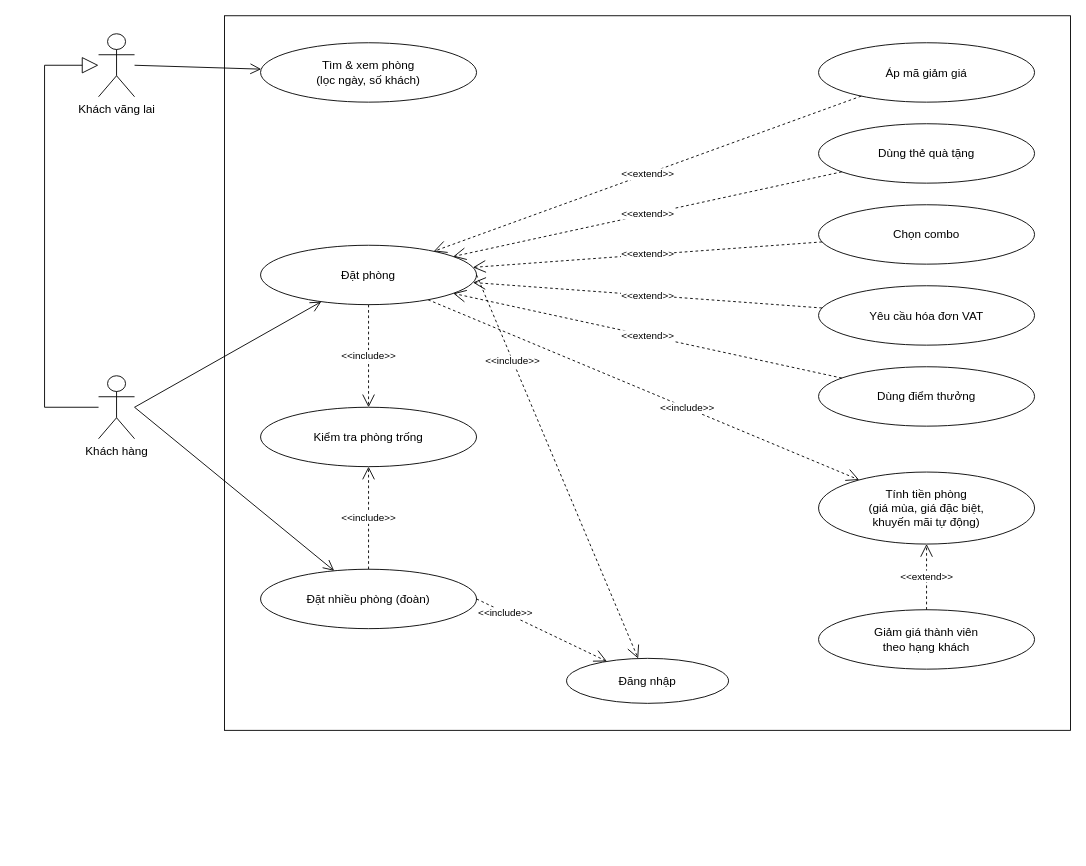
Above: docs/use-case/phan-ra/uc1-dat-phong.drawio in ngynquchn2511/beach-hotel (draw.io), before the change. Source tidied: cells renumbered, new cells numbered last; positions are measured from the earlier drawing's top-left corner, leaving out a move shared by most shapes. Both pictures are drawn from the tidied source at 90%, with x=0, y=0 at pixel (44, 15).
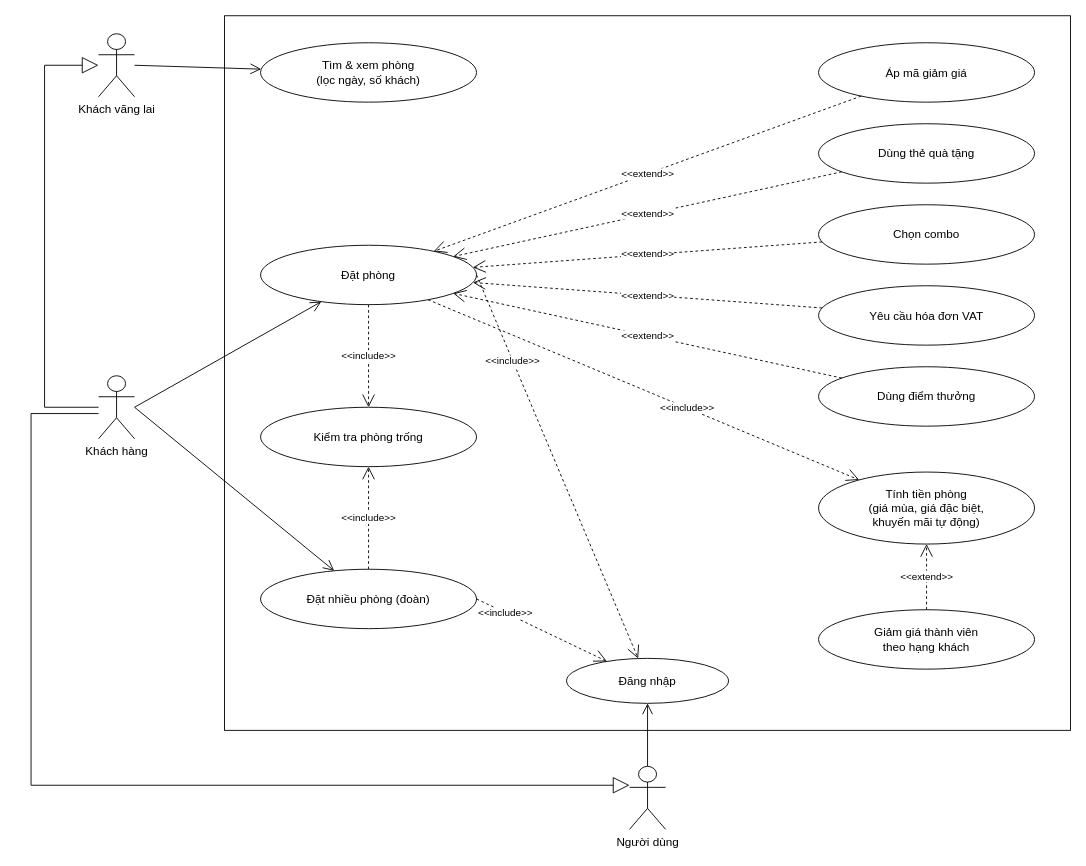
After the change.

The change refers to these unchanged cells:
```xml
<mxCell id="14" value="Đăng nhập" style="ellipse;whiteSpace=wrap;html=1;fillColor=#FFFFFF;strokeColor=#000000;fontSize=13;" parent="1" vertex="1">
  <mxGeometry x="580" y="714" width="180" height="50" as="geometry" />
</mxCell>
<mxCell id="16" value="Khách hàng" style="shape=umlActor;verticalLabelPosition=bottom;verticalAlign=top;html=1;outlineConnect=0;fillColor=#FFFFFF;strokeColor=#000000;fontSize=13;" parent="1" vertex="1">
  <mxGeometry x="60" y="400" width="40" height="70" as="geometry" />
</mxCell>
```

Diff of the diagram source:
```diff
@@
+    <mxCell id="32" value="Người dùng" style="shape=umlActor;verticalLabelPosition=bottom;verticalAlign=top;html=1;outlineConnect=0;fillColor=#FFFFFF;strokeColor=#000000;fontSize=13;" parent="1" vertex="1">
+      <mxGeometry x="650" y="834" width="40" height="70" as="geometry" />
+    </mxCell>
+    <mxCell id="33" style="endArrow=open;endSize=10;html=1;rounded=0;strokeColor=#000000;exitX=0.5;exitY=0;exitDx=0;exitDy=0;exitPerimeter=0;" parent="1" edge="1" source="32" target="14">
+      <mxGeometry relative="1" as="geometry" />
+    </mxCell>
+    <mxCell id="34" style="endArrow=block;endSize=16;endFill=0;html=1;rounded=0;strokeColor=#000000;exitX=0;exitY=0.6;exitDx=0;exitDy=0;exitPerimeter=0;entryX=0;entryY=0.3;entryDx=0;entryDy=0;entryPerimeter=0;" parent="1" edge="1" source="16" target="32">
+      <mxGeometry relative="1" as="geometry">
+        <Array as="points">
+          <mxPoint x="-15" y="442" />
+          <mxPoint x="-15" y="855" />
+        </Array>
+      </mxGeometry>
+    </mxCell>
```
